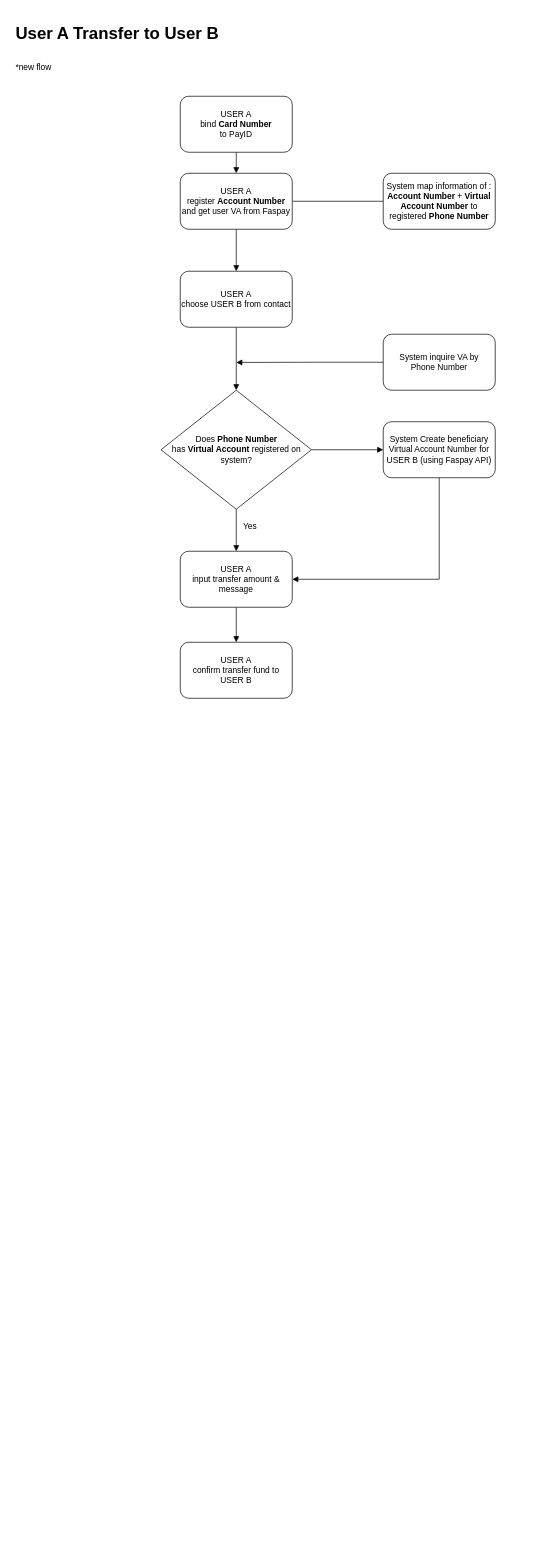
This is Transfer Flow.drawio from stephendaniel31/draw.io, a draw.io file, before an edit. Source tidied: cells renumbered, new cells numbered last; positions are measured from the earlier drawing's top-left corner, leaving out a move shared by most shapes. Both pictures are drawn from the tidied source at 70%, with x=0, y=0 at pixel (12, 19).
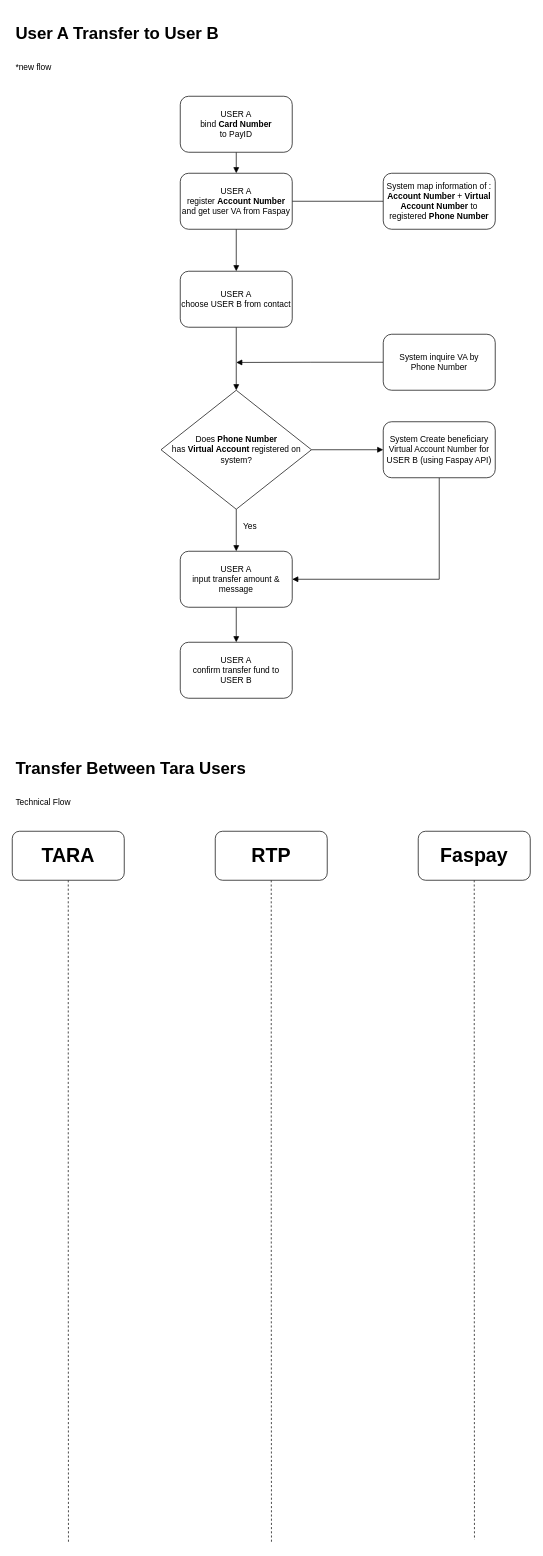
After the change.

What changed in the source:
```diff
@@
+    <mxCell id="22" value="&lt;h1&gt;Transfer Between Tara Users&lt;/h1&gt;&lt;h1&gt;&lt;span style=&quot;font-size: 12px ; font-weight: 400&quot;&gt;Technical Flow&lt;/span&gt;&lt;/h1&gt;" style="text;html=1;strokeColor=none;fillColor=none;spacing=5;spacingTop=-20;whiteSpace=wrap;overflow=hidden;rounded=0;" parent="1" vertex="1">
+      <mxGeometry y="1050" width="500" height="90" as="geometry" />
+    </mxCell>
+    <mxCell id="23" style="edgeStyle=orthogonalEdgeStyle;rounded=0;jettySize=auto;html=1;exitX=0.5;exitY=1;exitDx=0;exitDy=0;dashed=1;endArrow=none;endFill=0;" parent="1" edge="1" source="24">
+      <mxGeometry relative="1" as="geometry">
+        <mxPoint x="80.3" y="2176.7" as="targetPoint" />
+      </mxGeometry>
+    </mxCell>
+    <mxCell id="24" value="TARA" style="rounded=1;whiteSpace=wrap;html=1;fontSize=28;fontStyle=1;" parent="1" vertex="1">
+      <mxGeometry y="1160" width="160" height="70" as="geometry" />
+    </mxCell>
+    <mxCell id="25" style="edgeStyle=orthogonalEdgeStyle;rounded=0;jettySize=auto;html=1;exitX=0.5;exitY=1;exitDx=0;exitDy=0;dashed=1;endArrow=none;endFill=0;" parent="1" edge="1" source="26">
+      <mxGeometry relative="1" as="geometry">
+        <mxPoint x="370.3" y="2176.7" as="targetPoint" />
+      </mxGeometry>
+    </mxCell>
+    <mxCell id="26" value="RTP" style="rounded=1;whiteSpace=wrap;html=1;fontSize=28;fontStyle=1;" parent="1" vertex="1">
+      <mxGeometry x="290" y="1160" width="160" height="70" as="geometry" />
+    </mxCell>
+    <mxCell id="27" style="edgeStyle=orthogonalEdgeStyle;rounded=0;jettySize=auto;html=1;exitX=0.5;exitY=1;exitDx=0;exitDy=0;dashed=1;endArrow=none;endFill=0;" parent="1" edge="1" source="28">
+      <mxGeometry relative="1" as="geometry">
+        <mxPoint x="660.3" y="2172.2" as="targetPoint" />
+      </mxGeometry>
+    </mxCell>
+    <mxCell id="28" value="Faspay" style="rounded=1;whiteSpace=wrap;html=1;fontSize=28;fontStyle=1;" parent="1" vertex="1">
+      <mxGeometry x="580" y="1160" width="160" height="70" as="geometry" />
+    </mxCell>
```
